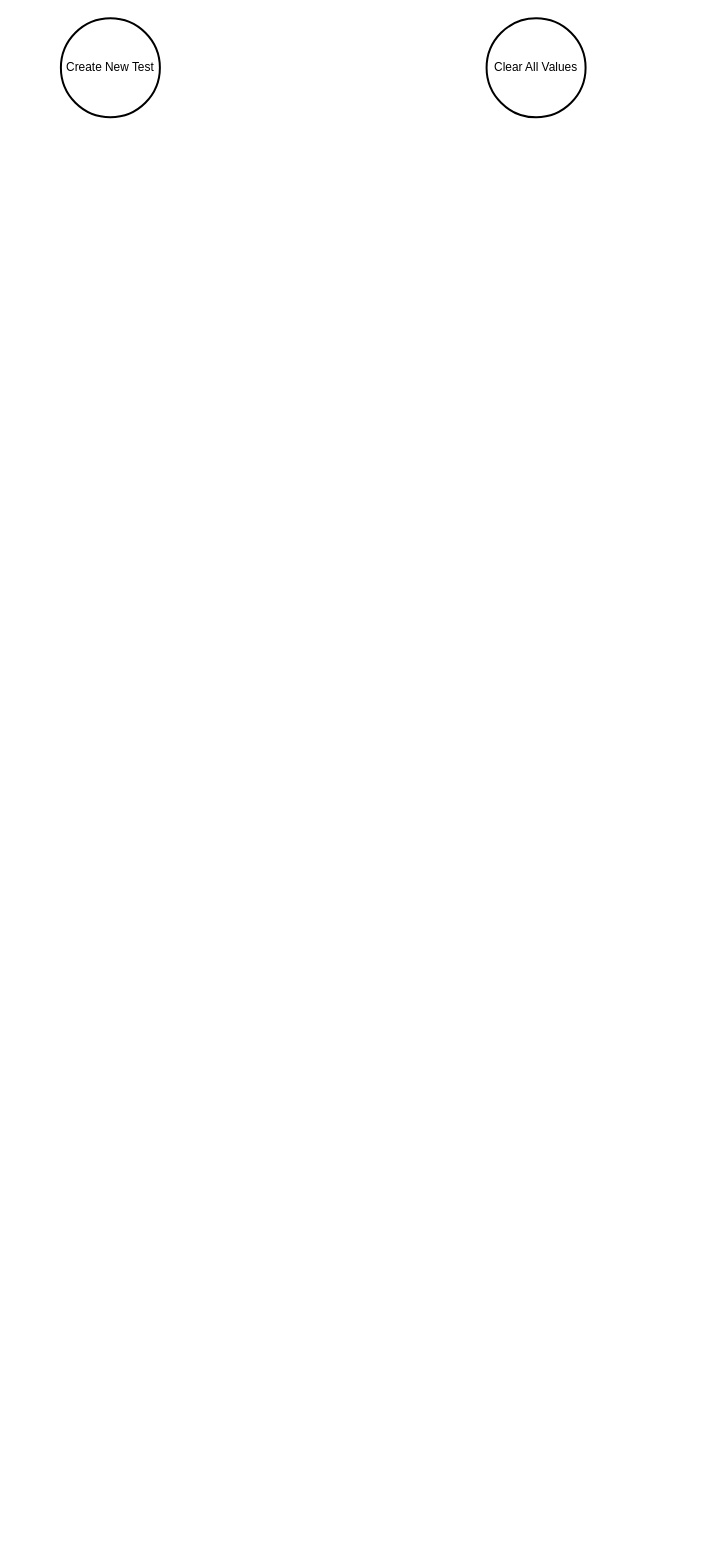
Earlier version of the draw.io diagram page "New_Test_Tab" (3 of 5) of Computer_App/Load_Test_Tab.drawio (calebschmurr/AUNA_Test_Box). Source tidied: cells renumbered, new cells numbered last; positions are measured from the earlier drawing's top-left corner, leaving out a move shared by most shapes. Both pictures are drawn from the tidied source at 99%, with x=0, y=0 at pixel (60, 18).
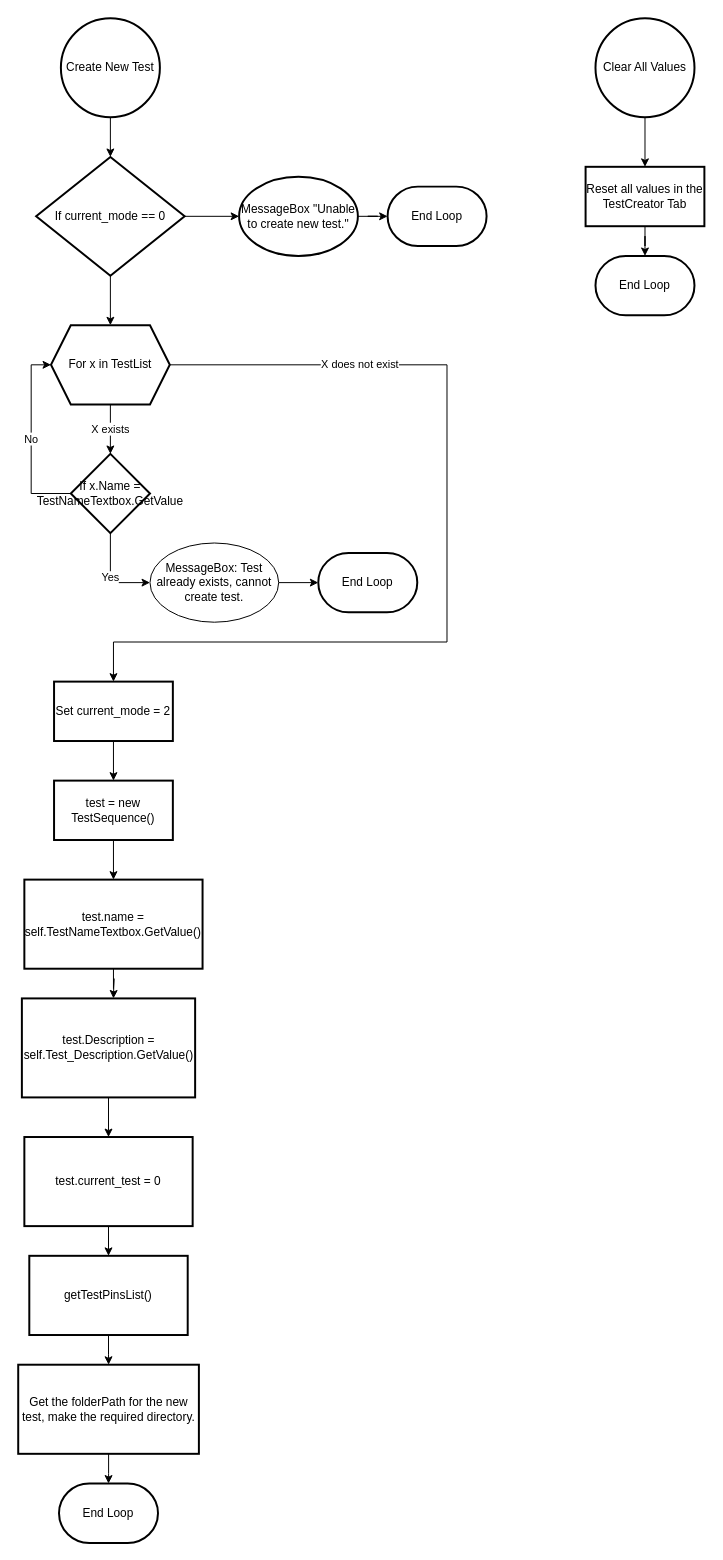
Above is the later version.

The change refers to these unchanged cells:
```xml
<mxCell id="2" value="Create New Test" style="strokeWidth=2;html=1;shape=mxgraph.flowchart.start_2;whiteSpace=wrap;" parent="1" vertex="1">
  <mxGeometry width="100" height="100" as="geometry" />
</mxCell>
```

The edit, as a diff of the source:
```diff
@@
+    <mxCell id="4" style="edgeStyle=orthogonalEdgeStyle;rounded=0;jettySize=auto;html=1;" parent="1" edge="1" source="2" target="8">
+      <mxGeometry relative="1" as="geometry" />
+    </mxCell>
@@
+    <mxCell id="5" style="edgeStyle=orthogonalEdgeStyle;rounded=0;jettySize=auto;html=1;" parent="1" edge="1" source="3" target="36">
+      <mxGeometry relative="1" as="geometry" />
+    </mxCell>
     <mxCell id="3" value="Clear All Values" style="strokeWidth=2;html=1;shape=mxgraph.flowchart.start_2;whiteSpace=wrap;" parent="1" vertex="1">
-      <mxGeometry x="430" width="100" height="100" as="geometry" />
+      <mxGeometry x="540" width="100" height="100" as="geometry" />
     </mxCell>
+    <mxCell id="6" style="edgeStyle=orthogonalEdgeStyle;rounded=0;jettySize=auto;html=1;" parent="1" edge="1" source="8" target="24">
+      <mxGeometry relative="1" as="geometry" />
+    </mxCell>
+    <mxCell id="7" style="edgeStyle=orthogonalEdgeStyle;rounded=0;jettySize=auto;html=1;" parent="1" edge="1" source="8" target="28">
+      <mxGeometry relative="1" as="geometry" />
+    </mxCell>
+    <mxCell id="8" value="If current_mode == 0" style="rhombus;whiteSpace=wrap;html=1;strokeWidth=2;" parent="1" vertex="1">
+      <mxGeometry x="-25" y="140" width="150" height="120" as="geometry" />
+    </mxCell>
+    <mxCell id="9" style="edgeStyle=orthogonalEdgeStyle;rounded=0;jettySize=auto;html=1;" parent="1" edge="1" source="10" target="12">
+      <mxGeometry relative="1" as="geometry" />
+    </mxCell>
+    <mxCell id="10" value="Set current_mode = 2" style="whiteSpace=wrap;html=1;strokeWidth=2;" parent="1" vertex="1">
+      <mxGeometry x="-6.9" y="670" width="120" height="60" as="geometry" />
+    </mxCell>
+    <mxCell id="11" style="edgeStyle=orthogonalEdgeStyle;rounded=0;jettySize=auto;html=1;" parent="1" edge="1" source="12" target="14">
+      <mxGeometry relative="1" as="geometry" />
+    </mxCell>
+    <mxCell id="12" value="test = new TestSequence()" style="whiteSpace=wrap;html=1;strokeWidth=2;" parent="1" vertex="1">
+      <mxGeometry x="-6.9" y="770" width="120" height="60" as="geometry" />
+    </mxCell>
+    <mxCell id="13" style="edgeStyle=orthogonalEdgeStyle;rounded=0;jettySize=auto;html=1;" parent="1" edge="1" source="14">
+      <mxGeometry relative="1" as="geometry">
+        <mxPoint x="53.1" y="990" as="targetPoint" />
+      </mxGeometry>
+    </mxCell>
+    <mxCell id="14" value="test.name = self.TestNameTextbox.GetValue()" style="whiteSpace=wrap;html=1;strokeWidth=2;" parent="1" vertex="1">
+      <mxGeometry x="-36.9" y="870" width="180" height="90" as="geometry" />
+    </mxCell>
+    <mxCell id="15" style="edgeStyle=orthogonalEdgeStyle;rounded=0;jettySize=auto;html=1;" parent="1" edge="1" source="16" target="18">
+      <mxGeometry relative="1" as="geometry" />
+    </mxCell>
+    <mxCell id="16" value="test.Description = self.Test_Description.GetValue()" style="whiteSpace=wrap;html=1;strokeWidth=2;" parent="1" vertex="1">
+      <mxGeometry x="-39.4" y="990" width="175" height="100" as="geometry" />
+    </mxCell>
+    <mxCell id="17" style="edgeStyle=orthogonalEdgeStyle;rounded=0;jettySize=auto;html=1;" parent="1" edge="1" source="18" target="20">
+      <mxGeometry relative="1" as="geometry" />
+    </mxCell>
+    <mxCell id="18" value="test.current_test = 0" style="whiteSpace=wrap;html=1;strokeWidth=2;" parent="1" vertex="1">
+      <mxGeometry x="-36.9" y="1130" width="170" height="90" as="geometry" />
+    </mxCell>
+    <mxCell id="19" style="edgeStyle=orthogonalEdgeStyle;rounded=0;jettySize=auto;html=1;" parent="1" edge="1" source="20" target="22">
+      <mxGeometry relative="1" as="geometry" />
+    </mxCell>
+    <mxCell id="20" value="getTestPinsList()" style="whiteSpace=wrap;html=1;strokeWidth=2;" parent="1" vertex="1">
+      <mxGeometry x="-31.9" y="1250" width="160" height="80" as="geometry" />
+    </mxCell>
+    <mxCell id="21" style="edgeStyle=orthogonalEdgeStyle;rounded=0;jettySize=auto;html=1;" parent="1" edge="1" source="22" target="38">
+      <mxGeometry relative="1" as="geometry" />
+    </mxCell>
+    <mxCell id="22" value="Get the folderPath for the new test, make the required directory." style="whiteSpace=wrap;html=1;strokeWidth=2;" parent="1" vertex="1">
+      <mxGeometry x="-43.1" y="1360" width="182.5" height="90" as="geometry" />
+    </mxCell>
+    <mxCell id="23" style="edgeStyle=orthogonalEdgeStyle;rounded=0;jettySize=auto;html=1;" parent="1" edge="1" source="24" target="25">
+      <mxGeometry relative="1" as="geometry" />
+    </mxCell>
+    <mxCell id="24" value="MessageBox &quot;Unable to create new test.&quot;" style="ellipse;whiteSpace=wrap;html=1;strokeWidth=2;" parent="1" vertex="1">
+      <mxGeometry x="180" y="160" width="120" height="80" as="geometry" />
+    </mxCell>
+    <mxCell id="25" value="End Loop" style="strokeWidth=2;html=1;shape=mxgraph.flowchart.terminator;whiteSpace=wrap;" parent="1" vertex="1">
+      <mxGeometry x="330" y="170" width="100" height="60" as="geometry" />
+    </mxCell>
+    <mxCell id="26" value="X exists" style="edgeStyle=orthogonalEdgeStyle;rounded=0;jettySize=auto;html=1;" parent="1" edge="1" source="28" target="31">
+      <mxGeometry relative="1" as="geometry" />
+    </mxCell>
+    <mxCell id="27" value="X does not exist" style="edgeStyle=orthogonalEdgeStyle;rounded=0;jettySize=auto;html=1;exitX=1;exitY=0.5;exitDx=0;exitDy=0;entryX=0.5;entryY=0;entryDx=0;entryDy=0;" parent="1" edge="1" source="28" target="10">
+      <mxGeometry x="-0.59" relative="1" as="geometry">
+        <Array as="points">
+          <mxPoint x="390" y="350" />
+          <mxPoint x="390" y="630" />
+          <mxPoint x="53" y="630" />
+        </Array>
+      </mxGeometry>
+    </mxCell>
+    <mxCell id="28" value="For x in TestList" style="shape=hexagon;perimeter=hexagonPerimeter2;whiteSpace=wrap;html=1;fixedSize=1;strokeWidth=2;" parent="1" vertex="1">
+      <mxGeometry x="-10" y="310" width="120" height="80" as="geometry" />
+    </mxCell>
+    <mxCell id="29" value="No" style="edgeStyle=orthogonalEdgeStyle;rounded=0;jettySize=auto;html=1;exitX=0;exitY=0.5;exitDx=0;exitDy=0;entryX=0;entryY=0.5;entryDx=0;entryDy=0;" parent="1" edge="1" source="31" target="28">
+      <mxGeometry relative="1" as="geometry" />
+    </mxCell>
+    <mxCell id="30" value="Yes" style="edgeStyle=orthogonalEdgeStyle;rounded=0;jettySize=auto;html=1;entryX=0;entryY=0.5;entryDx=0;entryDy=0;" parent="1" edge="1" source="31" target="33">
+      <mxGeometry relative="1" as="geometry">
+        <Array as="points">
+          <mxPoint x="50" y="570" />
+        </Array>
+      </mxGeometry>
+    </mxCell>
+    <mxCell id="31" value="If x.Name = TestNameTextbox.GetValue" style="rhombus;whiteSpace=wrap;html=1;strokeWidth=2;" parent="1" vertex="1">
+      <mxGeometry x="10" y="440" width="80" height="80" as="geometry" />
+    </mxCell>
+    <mxCell id="32" style="edgeStyle=orthogonalEdgeStyle;rounded=0;jettySize=auto;html=1;" parent="1" edge="1" source="33" target="34">
+      <mxGeometry relative="1" as="geometry" />
+    </mxCell>
+    <mxCell id="33" value="MessageBox: Test already exists, cannot create test." style="ellipse;whiteSpace=wrap;html=1;" parent="1" vertex="1">
+      <mxGeometry x="90" y="530" width="130" height="80" as="geometry" />
+    </mxCell>
+    <mxCell id="34" value="End Loop" style="strokeWidth=2;html=1;shape=mxgraph.flowchart.terminator;whiteSpace=wrap;" parent="1" vertex="1">
+      <mxGeometry x="260" y="540" width="100" height="60" as="geometry" />
+    </mxCell>
+    <mxCell id="35" style="edgeStyle=orthogonalEdgeStyle;rounded=0;jettySize=auto;html=1;" parent="1" edge="1" source="36" target="37">
+      <mxGeometry relative="1" as="geometry" />
+    </mxCell>
+    <mxCell id="36" value="Reset all values in the TestCreator Tab" style="whiteSpace=wrap;html=1;strokeWidth=2;" parent="1" vertex="1">
+      <mxGeometry x="530" y="150" width="120" height="60" as="geometry" />
+    </mxCell>
+    <mxCell id="37" value="End Loop" style="strokeWidth=2;html=1;shape=mxgraph.flowchart.terminator;whiteSpace=wrap;" parent="1" vertex="1">
+      <mxGeometry x="540" y="240" width="100" height="60" as="geometry" />
+    </mxCell>
+    <mxCell id="38" value="End Loop" style="strokeWidth=2;html=1;shape=mxgraph.flowchart.terminator;whiteSpace=wrap;" parent="1" vertex="1">
+      <mxGeometry x="-1.9" y="1480" width="100" height="60" as="geometry" />
+    </mxCell>
```
